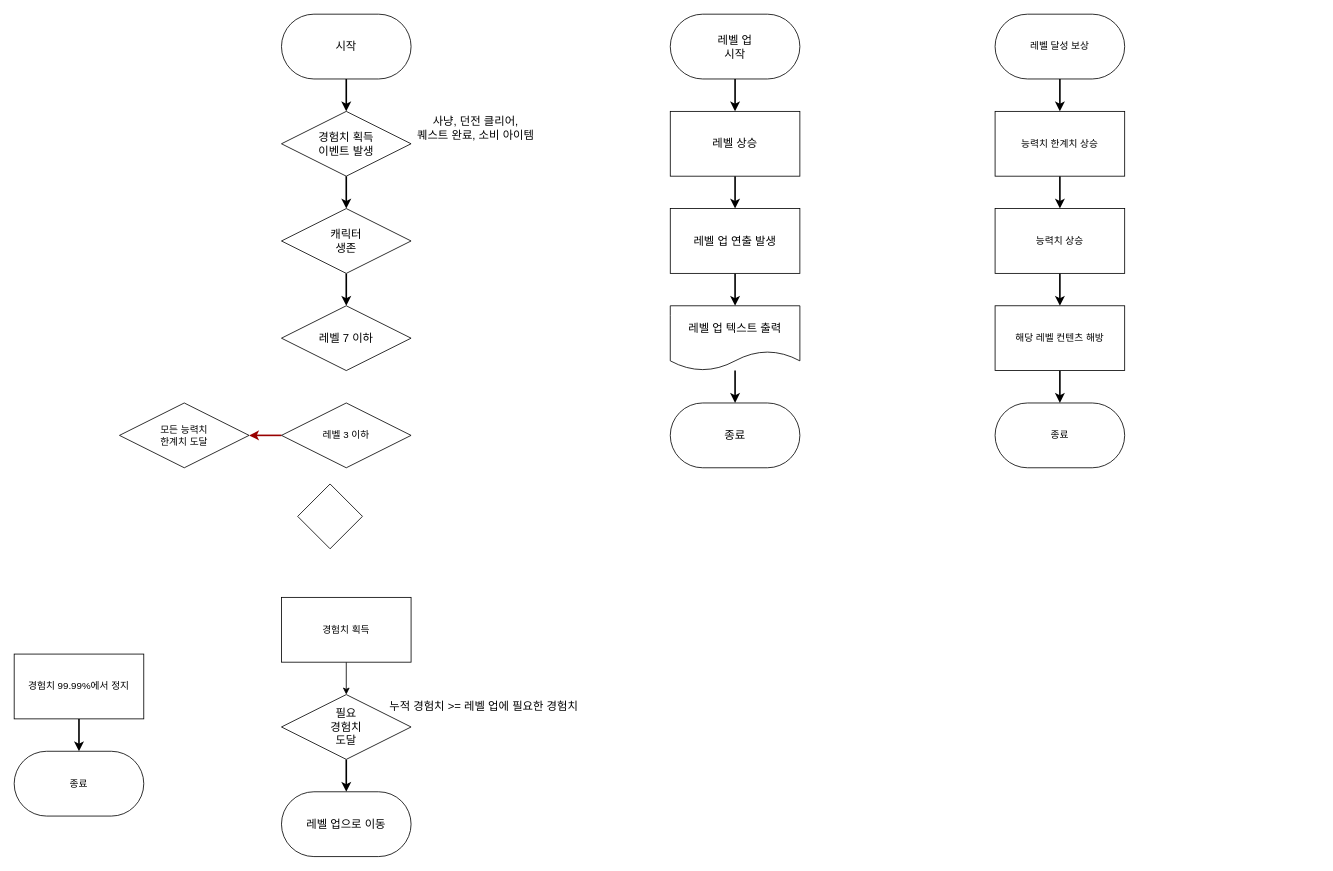
Before: 레벨업.drawio in yjk0401/unityenginebasic_9th, a draw.io diagram. Source tidied: cells renumbered, new cells numbered last; positions are measured from the earlier drawing's top-left corner, leaving out a move shared by most shapes. Both pictures are drawn from the tidied source at 81%, with x=0, y=0 at pixel (14, 14).
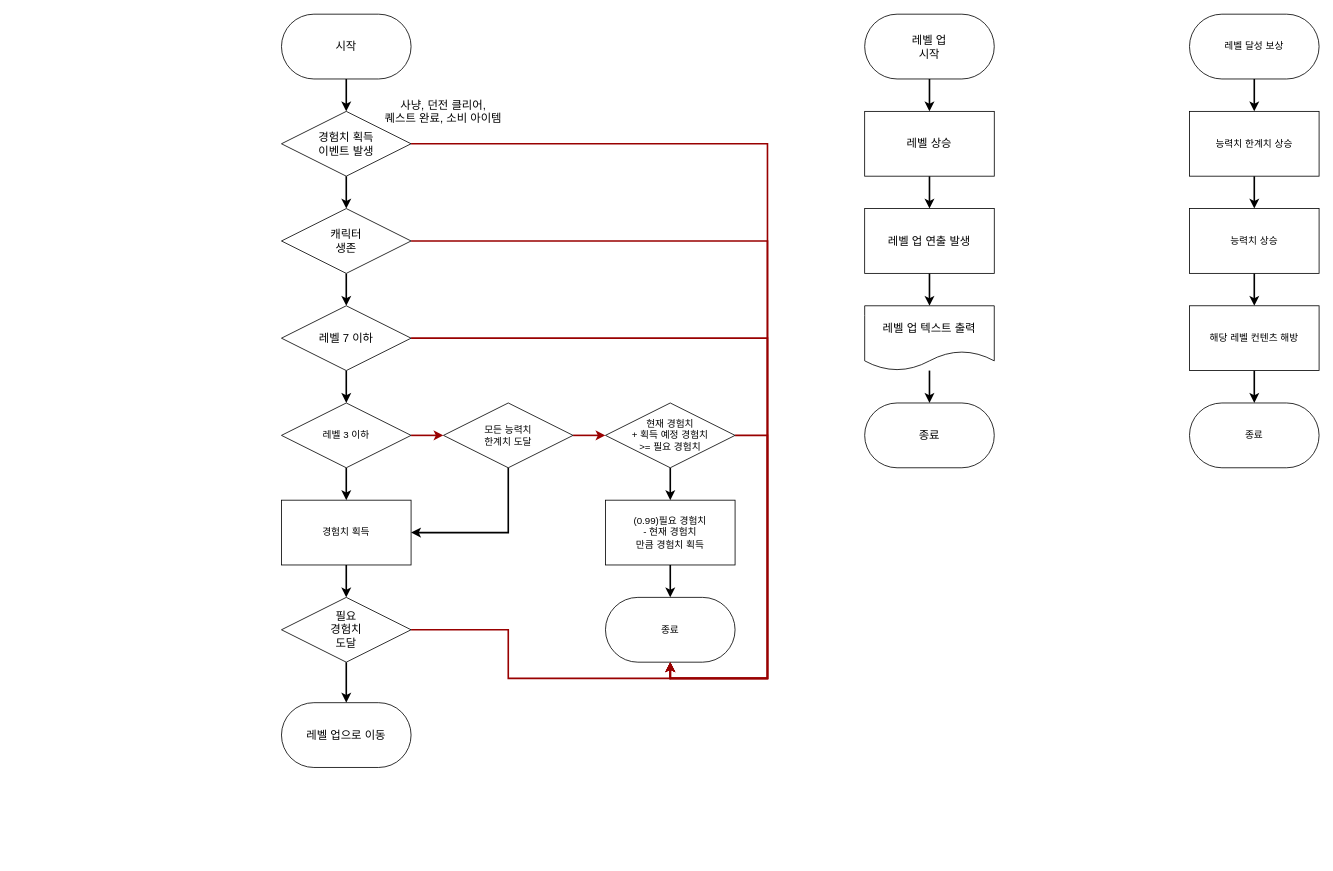
The same diagram, later.

Unchanged cells that the change refers to:
```xml
<mxCell id="4" value="캐릭터&lt;br style=&quot;font-size: 14px;&quot;&gt;생존" style="rhombus;whiteSpace=wrap;html=1;fontSize=14;" parent="1" vertex="1">
  <mxGeometry x="330" y="240" width="160" height="80" as="geometry" />
</mxCell>
<mxCell id="10" value="경험치 획득&lt;br style=&quot;font-size: 14px;&quot;&gt;이벤트 발생" style="rhombus;whiteSpace=wrap;html=1;fontSize=14;" parent="1" vertex="1">
  <mxGeometry x="330" y="120" width="160" height="80" as="geometry" />
</mxCell>
```

What changed in the source:
```diff
@@
+    <mxCell id="41" style="edgeStyle=orthogonalEdgeStyle;rounded=0;jettySize=auto;html=1;exitX=0.5;exitY=1;exitDx=0;exitDy=0;strokeWidth=2;" parent="1" edge="1" source="2" target="38">
+      <mxGeometry relative="1" as="geometry" />
+    </mxCell>
+    <mxCell id="42" style="edgeStyle=orthogonalEdgeStyle;rounded=0;jettySize=auto;html=1;exitX=1;exitY=0.5;exitDx=0;exitDy=0;entryX=0.5;entryY=1;entryDx=0;entryDy=0;strokeWidth=2;strokeColor=#990000;" parent="1" edge="1" source="2" target="22">
+      <mxGeometry relative="1" as="geometry">
+        <Array as="points">
+          <mxPoint x="930" y="400" />
+          <mxPoint x="930" y="820" />
+          <mxPoint x="810" y="820" />
+        </Array>
+      </mxGeometry>
+    </mxCell>
-    <mxCell id="2" value="레벨 7 이하" style="rhombus;whiteSpace=wrap;html=1;fontSize=14;" parent="1" vertex="1">
+    <mxCell id="2" value="레벨 7 이하" style="rhombus;whiteSpace=wrap;html=1;fontSize=14;strokeWidth=1;" parent="1" vertex="1">
       <mxGeometry x="330" y="360" width="160" height="80" as="geometry" />
     </mxCell>
@@
+    <mxCell id="43" style="edgeStyle=orthogonalEdgeStyle;rounded=0;jettySize=auto;html=1;exitX=1;exitY=0.5;exitDx=0;exitDy=0;entryX=0.5;entryY=1;entryDx=0;entryDy=0;strokeWidth=2;strokeColor=#990000;" parent="1" edge="1" source="4" target="22">
+      <mxGeometry relative="1" as="geometry">
+        <Array as="points">
+          <mxPoint x="930" y="280" />
+          <mxPoint x="930" y="820" />
+          <mxPoint x="810" y="820" />
+        </Array>
+      </mxGeometry>
+    </mxCell>
@@
+    <mxCell id="44" style="edgeStyle=orthogonalEdgeStyle;rounded=0;jettySize=auto;html=1;exitX=1;exitY=0.5;exitDx=0;exitDy=0;entryX=0.5;entryY=1;entryDx=0;entryDy=0;strokeWidth=2;strokeColor=#990000;" parent="1" edge="1" source="8" target="22">
+      <mxGeometry relative="1" as="geometry" />
+    </mxCell>
-    <mxCell id="8" value="필요&lt;br style=&quot;font-size: 14px;&quot;&gt;경험치&lt;br style=&quot;font-size: 14px;&quot;&gt;도달" style="rhombus;whiteSpace=wrap;html=1;fontSize=14;" parent="1" vertex="1">
-      <mxGeometry x="330" y="840" width="160" height="80" as="geometry" />
+    <mxCell id="8" value="필요&lt;br style=&quot;font-size: 14px;&quot;&gt;경험치&lt;br style=&quot;font-size: 14px;&quot;&gt;도달" style="rhombus;whiteSpace=wrap;html=1;fontSize=14;strokeWidth=1;" parent="1" vertex="1">
+      <mxGeometry x="330" y="720" width="160" height="80" as="geometry" />
     </mxCell>
@@
+    <mxCell id="45" style="edgeStyle=orthogonalEdgeStyle;rounded=0;jettySize=auto;html=1;exitX=1;exitY=0.5;exitDx=0;exitDy=0;entryX=0.5;entryY=1;entryDx=0;entryDy=0;strokeWidth=2;strokeColor=#990000;" parent="1" edge="1" source="10" target="22">
+      <mxGeometry relative="1" as="geometry">
+        <Array as="points">
+          <mxPoint x="930" y="160" />
+          <mxPoint x="930" y="820" />
+          <mxPoint x="810" y="820" />
+        </Array>
+      </mxGeometry>
+    </mxCell>
@@
     <mxCell id="11" value="종료" style="rounded=1;whiteSpace=wrap;html=1;arcSize=50;fontSize=14;" parent="1" vertex="1">
-      <mxGeometry x="810" y="480" width="160" height="80" as="geometry" />
+      <mxGeometry x="1050" y="480" width="160" height="80" as="geometry" />
     </mxCell>
     <mxCell id="12" value="사냥, 던전 클리어,&lt;br style=&quot;font-size: 14px;&quot;&gt;퀘스트 완료, 소비 아이템" style="text;html=1;strokeColor=none;fillColor=none;align=center;verticalAlign=middle;whiteSpace=wrap;rounded=0;fontSize=14;" parent="1" vertex="1">
-      <mxGeometry x="490" y="120" width="160" height="40" as="geometry" />
+      <mxGeometry x="450" y="100" width="160" height="40" as="geometry" />
     </mxCell>
@@
     <mxCell id="14" value="레벨 상승" style="whiteSpace=wrap;html=1;fontSize=14;" parent="1" vertex="1">
-      <mxGeometry x="810" y="120" width="160" height="80" as="geometry" />
+      <mxGeometry x="1050" y="120" width="160" height="80" as="geometry" />
     </mxCell>
@@
     <mxCell id="16" value="레벨 업 텍스트 출력" style="shape=document;whiteSpace=wrap;html=1;boundedLbl=1;fontSize=14;" parent="1" vertex="1">
-      <mxGeometry x="810" y="360" width="160" height="80" as="geometry" />
+      <mxGeometry x="1050" y="360" width="160" height="80" as="geometry" />
     </mxCell>
@@
     <mxCell id="18" value="레벨 업 연출 발생" style="whiteSpace=wrap;html=1;fontSize=14;" parent="1" vertex="1">
-      <mxGeometry x="810" y="240" width="160" height="80" as="geometry" />
+      <mxGeometry x="1050" y="240" width="160" height="80" as="geometry" />
     </mxCell>
-    <mxCell id="19" style="edgeStyle=orthogonalEdgeStyle;rounded=0;jettySize=auto;html=1;exitX=0.5;exitY=1;exitDx=0;exitDy=0;entryX=0.5;entryY=0;entryDx=0;entryDy=0;" parent="1" edge="1" source="20" target="8">
+    <mxCell id="19" style="edgeStyle=orthogonalEdgeStyle;rounded=0;jettySize=auto;html=1;exitX=0.5;exitY=1;exitDx=0;exitDy=0;strokeWidth=2;" parent="1" edge="1" source="20" target="8">
       <mxGeometry relative="1" as="geometry" />
     </mxCell>
-    <mxCell id="20" value="경험치 획득" style="whiteSpace=wrap;html=1;" parent="1" vertex="1">
-      <mxGeometry x="330" y="720" width="160" height="80" as="geometry" />
+    <mxCell id="20" value="경험치 획득" style="whiteSpace=wrap;html=1;strokeWidth=1;" parent="1" vertex="1">
+      <mxGeometry x="330" y="600" width="160" height="80" as="geometry" />
     </mxCell>
-    <mxCell id="21" value="레벨 업으로 이동" style="rounded=1;whiteSpace=wrap;html=1;arcSize=50;fontSize=14;" parent="1" vertex="1">
-      <mxGeometry x="330" y="960" width="160" height="80" as="geometry" />
+    <mxCell id="21" value="레벨 업으로 이동" style="rounded=1;whiteSpace=wrap;html=1;arcSize=50;fontSize=14;strokeWidth=1;" parent="1" vertex="1">
+      <mxGeometry x="330" y="850" width="160" height="80" as="geometry" />
     </mxCell>
-    <mxCell id="22" value="종료" style="rounded=1;whiteSpace=wrap;html=1;arcSize=50;" parent="1" vertex="1">
-      <mxGeometry y="910" width="160" height="80" as="geometry" />
+    <mxCell id="22" value="종료" style="rounded=1;whiteSpace=wrap;html=1;arcSize=50;strokeWidth=1;" parent="1" vertex="1">
+      <mxGeometry x="730" y="720" width="160" height="80" as="geometry" />
     </mxCell>
-    <mxCell id="23" value="누적 경험치 &amp;gt;= 레벨 업에 필요한 경험치" style="text;html=1;strokeColor=none;fillColor=none;align=center;verticalAlign=middle;whiteSpace=wrap;rounded=0;fontSize=14;" parent="1" vertex="1">
-      <mxGeometry x="450" y="840" width="260" height="30" as="geometry" />
-    </mxCell>
@@
     <mxCell id="25" value="레벨 업&lt;br&gt;시작" style="rounded=1;whiteSpace=wrap;html=1;arcSize=50;fontSize=14;" parent="1" vertex="1">
-      <mxGeometry x="810" width="160" height="80" as="geometry" />
+      <mxGeometry x="1050" width="160" height="80" as="geometry" />
     </mxCell>
@@
     <mxCell id="27" value="레벨 달성 보상" style="rounded=1;whiteSpace=wrap;html=1;arcSize=50;" parent="1" vertex="1">
-      <mxGeometry x="1211" width="160" height="80" as="geometry" />
+      <mxGeometry x="1451" width="160" height="80" as="geometry" />
     </mxCell>
@@
     <mxCell id="29" value="능력치 한계치 상승" style="whiteSpace=wrap;html=1;" parent="1" vertex="1">
-      <mxGeometry x="1211" y="120" width="160" height="80" as="geometry" />
+      <mxGeometry x="1451" y="120" width="160" height="80" as="geometry" />
     </mxCell>
@@
     <mxCell id="31" value="능력치 상승" style="whiteSpace=wrap;html=1;" parent="1" vertex="1">
-      <mxGeometry x="1211" y="240" width="160" height="80" as="geometry" />
+      <mxGeometry x="1451" y="240" width="160" height="80" as="geometry" />
     </mxCell>
@@
     <mxCell id="33" value="해당 레벨 컨텐츠 해방" style="whiteSpace=wrap;html=1;" parent="1" vertex="1">
-      <mxGeometry x="1211" y="360" width="160" height="80" as="geometry" />
+      <mxGeometry x="1451" y="360" width="160" height="80" as="geometry" />
     </mxCell>
     <mxCell id="34" value="종료" style="rounded=1;whiteSpace=wrap;html=1;arcSize=50;" parent="1" vertex="1">
-      <mxGeometry x="1211" y="480" width="160" height="80" as="geometry" />
+      <mxGeometry x="1451" y="480" width="160" height="80" as="geometry" />
     </mxCell>
-    <mxCell id="35" style="edgeStyle=orthogonalEdgeStyle;rounded=0;jettySize=auto;html=1;exitX=0.5;exitY=1;exitDx=0;exitDy=0;entryX=0.5;entryY=0;entryDx=0;entryDy=0;strokeWidth=2;" parent="1" edge="1" source="36" target="22">
-      <mxGeometry relative="1" as="geometry" />
-    </mxCell>
-    <mxCell id="36" value="경험치 99.99%에서 정지" style="whiteSpace=wrap;html=1;" parent="1" vertex="1">
-      <mxGeometry y="790" width="160" height="80" as="geometry" />
-    </mxCell>
+    <mxCell id="46" style="edgeStyle=orthogonalEdgeStyle;rounded=0;jettySize=auto;html=1;exitX=0.5;exitY=1;exitDx=0;exitDy=0;entryX=0.5;entryY=0;entryDx=0;entryDy=0;strokeWidth=2;" parent="1" edge="1" source="52" target="22">
+      <mxGeometry relative="1" as="geometry" />
+    </mxCell>
-    <mxCell id="37" style="edgeStyle=orthogonalEdgeStyle;rounded=0;jettySize=auto;html=1;exitX=0;exitY=0.5;exitDx=0;exitDy=0;entryX=1;entryY=0.5;entryDx=0;entryDy=0;strokeWidth=2;strokeColor=#990000;" parent="1" edge="1" source="38" target="40">
+    <mxCell id="37" style="edgeStyle=orthogonalEdgeStyle;rounded=0;jettySize=auto;html=1;exitX=1;exitY=0.5;exitDx=0;exitDy=0;entryX=0;entryY=0.5;entryDx=0;entryDy=0;strokeWidth=2;strokeColor=#990000;" parent="1" edge="1" source="38" target="40">
       <mxGeometry relative="1" as="geometry" />
     </mxCell>
+    <mxCell id="47" style="edgeStyle=orthogonalEdgeStyle;rounded=0;jettySize=auto;html=1;exitX=0.5;exitY=1;exitDx=0;exitDy=0;entryX=0.5;entryY=0;entryDx=0;entryDy=0;strokeWidth=2;" parent="1" edge="1" source="38" target="20">
+      <mxGeometry relative="1" as="geometry" />
+    </mxCell>
-    <mxCell id="38" value="레벨 3 이하" style="rhombus;whiteSpace=wrap;html=1;" parent="1" vertex="1">
+    <mxCell id="38" value="레벨 3 이하" style="rhombus;whiteSpace=wrap;html=1;strokeWidth=1;" parent="1" vertex="1">
       <mxGeometry x="330" y="480" width="160" height="80" as="geometry" />
     </mxCell>
-    <mxCell id="39" style="rhombus;whiteSpace=wrap;html=1;" parent="1" vertex="1">
-      <mxGeometry x="350" y="580" width="80" height="80" as="geometry" />
-    </mxCell>
+    <mxCell id="48" style="edgeStyle=orthogonalEdgeStyle;rounded=0;jettySize=auto;html=1;exitX=1;exitY=0.5;exitDx=0;exitDy=0;entryX=0;entryY=0.5;entryDx=0;entryDy=0;strokeWidth=2;strokeColor=#990000;" parent="1" edge="1" source="40" target="51">
+      <mxGeometry relative="1" as="geometry" />
+    </mxCell>
-    <mxCell id="40" value="모든 능력치&lt;br&gt;한계치 도달" style="rhombus;whiteSpace=wrap;html=1;" parent="1" vertex="1">
-      <mxGeometry x="130" y="480" width="160" height="80" as="geometry" />
+    <mxCell id="40" value="모든 능력치&lt;br&gt;한계치 도달" style="rhombus;whiteSpace=wrap;html=1;strokeWidth=1;" parent="1" vertex="1">
+      <mxGeometry x="530" y="480" width="160" height="80" as="geometry" />
     </mxCell>
+    <mxCell id="49" style="edgeStyle=orthogonalEdgeStyle;rounded=0;jettySize=auto;html=1;exitX=0.5;exitY=1;exitDx=0;exitDy=0;entryX=0.5;entryY=0;entryDx=0;entryDy=0;strokeWidth=2;" parent="1" edge="1" source="51" target="52">
+      <mxGeometry relative="1" as="geometry" />
+    </mxCell>
+    <mxCell id="50" style="edgeStyle=orthogonalEdgeStyle;rounded=0;jettySize=auto;html=1;exitX=1;exitY=0.5;exitDx=0;exitDy=0;entryX=0.5;entryY=1;entryDx=0;entryDy=0;strokeWidth=2;strokeColor=#990000;" parent="1" edge="1" source="51" target="22">
+      <mxGeometry relative="1" as="geometry">
+        <Array as="points">
+          <mxPoint x="930" y="520" />
+          <mxPoint x="930" y="820" />
+          <mxPoint x="810" y="820" />
+        </Array>
+      </mxGeometry>
+    </mxCell>
+    <mxCell id="51" value="현재 경험치 &lt;br&gt;+ 획득 예정 경험치&lt;br&gt;&amp;gt;= 필요 경험치" style="rhombus;whiteSpace=wrap;html=1;strokeWidth=1;" parent="1" vertex="1">
+      <mxGeometry x="730" y="480" width="160" height="80" as="geometry" />
+    </mxCell>
+    <mxCell id="52" value="(0.99)필요 경험치 &lt;br&gt;- 현재 경험치 &lt;br&gt;만큼 경험치 획득" style="whiteSpace=wrap;html=1;strokeWidth=1;" parent="1" vertex="1">
+      <mxGeometry x="730" y="600" width="160" height="80" as="geometry" />
+    </mxCell>
+    <mxCell id="53" style="edgeStyle=orthogonalEdgeStyle;rounded=0;jettySize=auto;html=1;exitX=0.5;exitY=1;exitDx=0;exitDy=0;entryX=1;entryY=0.5;entryDx=0;entryDy=0;strokeWidth=2;" parent="1" edge="1" source="40" target="20">
+      <mxGeometry relative="1" as="geometry" />
+    </mxCell>
```
